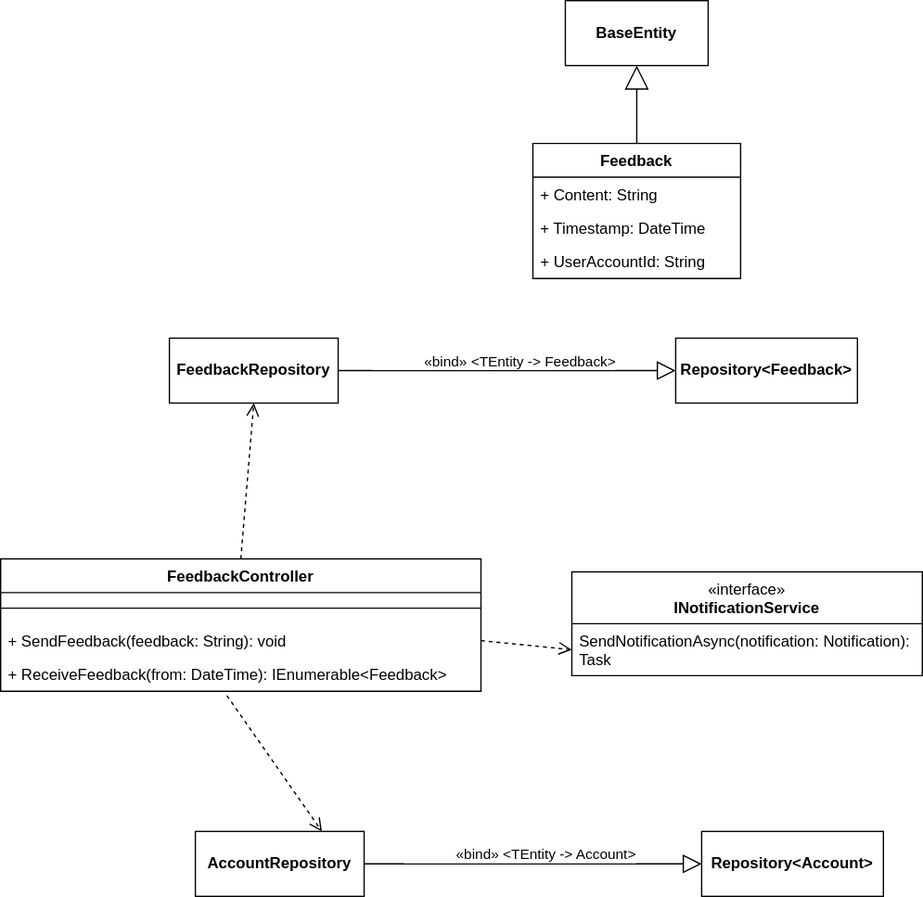
Before: lab2diags/logical-view/feedback.drawio.svg, a diagram exported from draw.io (piatrashkakanstantinass/psi2). Source tidied: cells renumbered, new cells last; positions are measured from the earlier drawing's top-left corner, leaving out a move shared by most shapes.
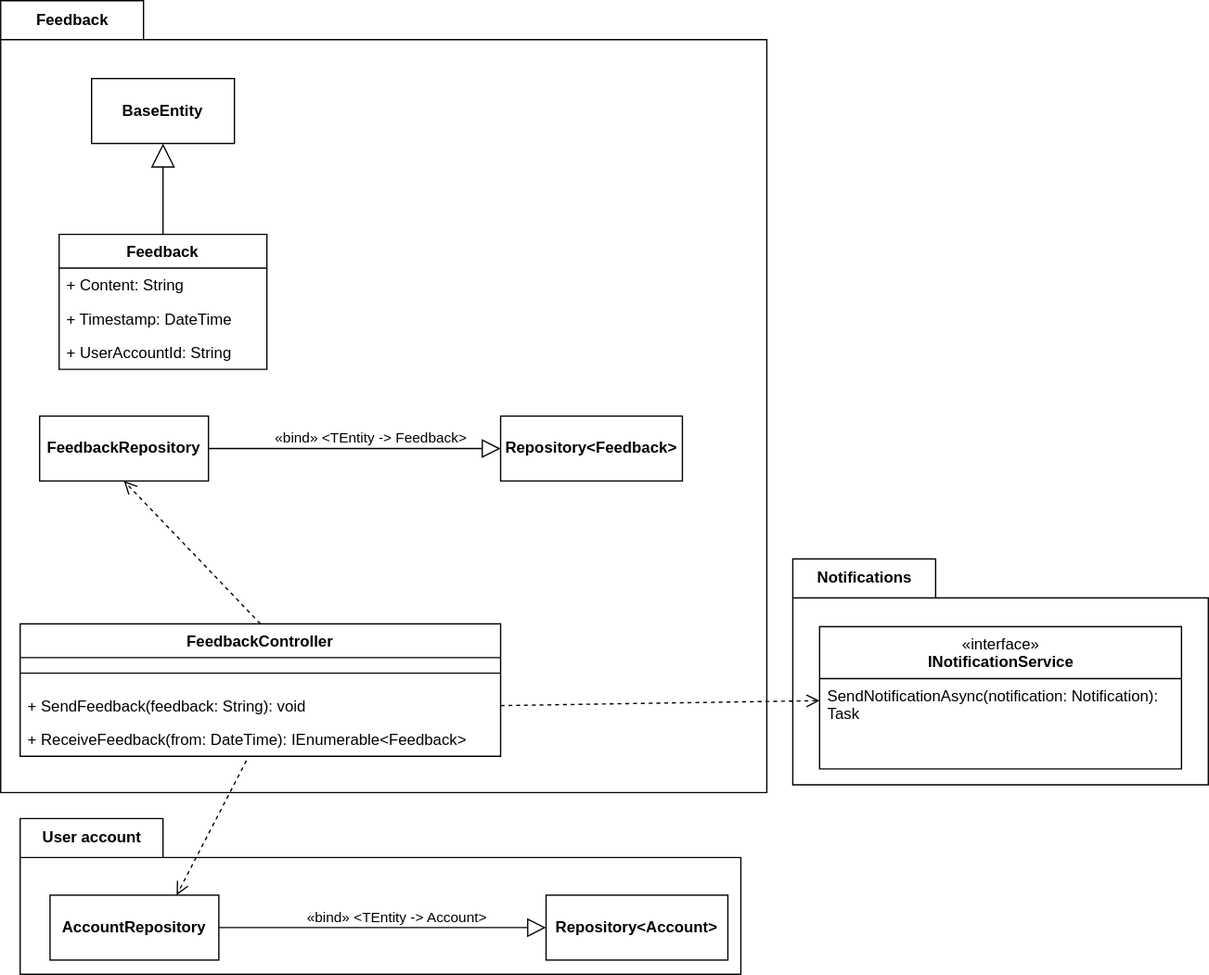
After the change.

Change to the diagram source:
```diff
@@ -2,8 +2,41 @@
   <root>
     <mxCell id="0" />
     <mxCell id="1" parent="0" />
+    <mxCell id="25" value="User account" style="shape=folder;fontStyle=1;tabWidth=110;tabHeight=30;tabPosition=left;html=1;boundedLbl=1;labelInHeader=1;" parent="1" vertex="1">
+      <mxGeometry x="-795" y="-210" width="555" height="120" as="geometry" />
+    </mxCell>
+    <mxCell id="26" style="html=1;strokeColor=none;fillColor=none;" parent="25" vertex="1">
+      <mxGeometry width="555" height="84" relative="1" as="geometry">
+        <mxPoint y="30" as="offset" />
+      </mxGeometry>
+    </mxCell>
+    <mxCell id="27" value="Notifications" style="shape=folder;fontStyle=1;tabWidth=110;tabHeight=30;tabPosition=left;html=1;boundedLbl=1;labelInHeader=1;" parent="1" vertex="1">
+      <mxGeometry x="-200" y="-410" width="320" height="174" as="geometry" />
+    </mxCell>
+    <mxCell id="28" style="html=1;strokeColor=none;fillColor=none;" parent="27" vertex="1">
+      <mxGeometry width="154.84" height="121.8" relative="1" as="geometry">
+        <mxPoint y="30" as="offset" />
+      </mxGeometry>
+    </mxCell>
+    <mxCell id="6" value="&lt;span style=&quot;font-weight: normal;&quot;&gt;«interface»&lt;/span&gt;&lt;br&gt;INotificationService" style="swimlane;fontStyle=1;align=center;verticalAlign=top;horizontal=1;startSize=40;whiteSpace=wrap;html=1;" parent="27" vertex="1">
+      <mxGeometry x="20.6" y="52.2" width="278.7" height="109.6" as="geometry" />
+    </mxCell>
+    <mxCell id="7" value="SendNotificationAsync(notification: Notification): Task" style="text;strokeColor=none;fillColor=none;align=left;verticalAlign=top;spacingLeft=4;spacingRight=4;overflow=hidden;points=[[0,0.5],[1,0.5]];portConstraint=eastwest;whiteSpace=wrap;html=1;" parent="6" vertex="1">
+      <mxGeometry y="40" width="278.7" height="69.6" as="geometry" />
+    </mxCell>
+    <mxCell id="29" value="Feedback" style="shape=folder;fontStyle=1;tabWidth=110;tabHeight=30;tabPosition=left;html=1;boundedLbl=1;labelInHeader=1;" parent="1" vertex="1">
+      <mxGeometry x="-810" y="-840" width="590" height="610" as="geometry" />
+    </mxCell>
+    <mxCell id="13" style="html=1;verticalAlign=bottom;endArrow=open;dashed=1;endSize=8;curved=0;rounded=0;exitX=1;exitY=0.5;exitDx=0;exitDy=0;" parent="1" edge="1" source="4" target="6">
+      <mxGeometry relative="1" as="geometry" />
+    </mxCell>
+    <mxCell id="30" style="html=1;strokeColor=none;fillColor=none;" parent="1" vertex="1">
+      <mxGeometry x="-795" y="-800" width="535" height="532" as="geometry">
+        <mxPoint y="30" as="offset" />
+      </mxGeometry>
+    </mxCell>
     <mxCell id="2" value="FeedbackController" style="swimlane;fontStyle=1;align=center;verticalAlign=top;horizontal=1;startSize=26;" parent="1" vertex="1">
-      <mxGeometry y="430" width="370" height="102" as="geometry" />
+      <mxGeometry x="-795" y="-360" width="370" height="102" as="geometry" />
     </mxCell>
     <mxCell id="3" style="line;strokeWidth=1;fillColor=none;align=left;verticalAlign=middle;spacingTop=-1;spacingLeft=3;spacingRight=3;labelPosition=right;strokeColor=inherit;" parent="2" vertex="1">
       <mxGeometry y="26" width="370" height="24" as="geometry" />
@@ -14,19 +47,11 @@
     <mxCell id="5" value="+ ReceiveFeedback(from: DateTime): IEnumerable&amp;lt;Feedback&amp;gt;" style="text;strokeColor=none;fillColor=none;align=left;verticalAlign=top;spacingLeft=4;spacingRight=4;overflow=hidden;points=[[0,0.5],[1,0.5]];portConstraint=eastwest;whiteSpace=wrap;html=1;" parent="2" vertex="1">
       <mxGeometry y="76" width="370" height="26" as="geometry" />
     </mxCell>
-    <mxCell id="6" value="&lt;span style=&quot;font-weight: normal;&quot;&gt;«interface»&lt;/span&gt;&lt;br&gt;INotificationService" style="swimlane;fontStyle=1;align=center;verticalAlign=top;horizontal=1;startSize=40;whiteSpace=wrap;html=1;" parent="1" vertex="1">
-      <mxGeometry x="440" y="440" width="270" height="80" as="geometry" />
-    </mxCell>
-    <mxCell id="7" value="SendNotificationAsync(notification: Notification): Task" style="text;strokeColor=none;fillColor=none;align=left;verticalAlign=top;spacingLeft=4;spacingRight=4;overflow=hidden;points=[[0,0.5],[1,0.5]];portConstraint=eastwest;whiteSpace=wrap;html=1;" parent="6" vertex="1">
-      <mxGeometry y="40" width="270" height="40" as="geometry" />
-    </mxCell>
     <mxCell id="8" value="&lt;b&gt;FeedbackRepository&lt;/b&gt;" style="html=1;whiteSpace=wrap;" parent="1" vertex="1">
-      <mxGeometry x="130" y="260" width="130" height="50" as="geometry" />
+      <mxGeometry x="-780" y="-520" width="130" height="50" as="geometry" />
     </mxCell>
-    <mxCell id="9" style="edgeStyle=none;html=1;endSize=12;endArrow=block;endFill=0;rounded=0;exitX=1;exitY=0.5;exitDx=0;exitDy=0;entryX=0;entryY=0.5;entryDx=0;entryDy=0;" parent="1" edge="1" source="8">
-      <mxGeometry relative="1" as="geometry">
-        <mxPoint x="520" y="285" as="targetPoint" />
-      </mxGeometry>
+    <mxCell id="9" style="edgeStyle=none;html=1;endSize=12;endArrow=block;endFill=0;rounded=0;exitX=1;exitY=0.5;exitDx=0;exitDy=0;" parent="1" edge="1" source="8" target="11">
+      <mxGeometry relative="1" as="geometry" />
     </mxCell>
     <mxCell id="10" value="&lt;blockquote style=&quot;margin: 0 0 0 40px; border: none; padding: 0px;&quot;&gt;«bind» &amp;lt;TEntity -&amp;gt; Feedback&amp;gt;&lt;/blockquote&gt;" style="edgeLabel;html=1;align=center;verticalAlign=middle;" parent="9" vertex="1">
       <mxGeometry x="-0.12" y="2" relative="1" as="geometry">
@@ -34,21 +59,16 @@
       </mxGeometry>
     </mxCell>
     <mxCell id="11" value="&lt;b&gt;Repository&amp;lt;Feedback&amp;gt;&lt;/b&gt;" style="html=1;whiteSpace=wrap;" parent="1" vertex="1">
-      <mxGeometry x="520" y="260" width="140" height="50" as="geometry" />
+      <mxGeometry x="-425" y="-520" width="140" height="50" as="geometry" />
     </mxCell>
     <mxCell id="12" style="html=1;verticalAlign=bottom;endArrow=open;dashed=1;endSize=8;curved=0;rounded=0;entryX=0.5;entryY=1;entryDx=0;entryDy=0;exitX=0.5;exitY=0;exitDx=0;exitDy=0;" parent="1" edge="1" source="2" target="8">
       <mxGeometry relative="1" as="geometry" />
     </mxCell>
-    <mxCell id="13" style="html=1;verticalAlign=bottom;endArrow=open;dashed=1;endSize=8;curved=0;rounded=0;entryX=0;entryY=0.5;entryDx=0;entryDy=0;exitX=1;exitY=0.5;exitDx=0;exitDy=0;" parent="1" edge="1" source="4" target="7">
-      <mxGeometry relative="1" as="geometry" />
-    </mxCell>
     <mxCell id="14" value="&lt;b&gt;AccountRepository&lt;/b&gt;" style="html=1;whiteSpace=wrap;" parent="1" vertex="1">
-      <mxGeometry x="150" y="640" width="130" height="50" as="geometry" />
+      <mxGeometry x="-772" y="-151" width="130" height="50" as="geometry" />
     </mxCell>
-    <mxCell id="15" style="edgeStyle=none;html=1;endSize=12;endArrow=block;endFill=0;rounded=0;exitX=1;exitY=0.5;exitDx=0;exitDy=0;entryX=0;entryY=0.5;entryDx=0;entryDy=0;" parent="1" edge="1" source="14">
-      <mxGeometry relative="1" as="geometry">
-        <mxPoint x="540" y="665" as="targetPoint" />
-      </mxGeometry>
+    <mxCell id="15" style="edgeStyle=none;html=1;endSize=12;endArrow=block;endFill=0;rounded=0;exitX=1;exitY=0.5;exitDx=0;exitDy=0;" parent="1" edge="1" source="14" target="17">
+      <mxGeometry relative="1" as="geometry" />
     </mxCell>
     <mxCell id="16" value="&lt;blockquote style=&quot;margin: 0 0 0 40px; border: none; padding: 0px;&quot;&gt;«bind» &amp;lt;TEntity -&amp;gt; Account&amp;gt;&lt;/blockquote&gt;" style="edgeLabel;html=1;align=center;verticalAlign=middle;" parent="15" vertex="1">
       <mxGeometry x="-0.12" y="2" relative="1" as="geometry">
@@ -56,13 +76,13 @@
       </mxGeometry>
     </mxCell>
     <mxCell id="17" value="&lt;b&gt;Repository&amp;lt;Account&amp;gt;&lt;/b&gt;" style="html=1;whiteSpace=wrap;" parent="1" vertex="1">
-      <mxGeometry x="540" y="640" width="140" height="50" as="geometry" />
+      <mxGeometry x="-390" y="-151" width="140" height="50" as="geometry" />
     </mxCell>
     <mxCell id="18" style="html=1;verticalAlign=bottom;endArrow=open;dashed=1;endSize=8;curved=0;rounded=0;entryX=0.75;entryY=0;entryDx=0;entryDy=0;exitX=0.471;exitY=1.128;exitDx=0;exitDy=0;exitPerimeter=0;" parent="1" edge="1" source="5" target="14">
       <mxGeometry relative="1" as="geometry" />
     </mxCell>
     <mxCell id="19" value="Feedback" style="swimlane;fontStyle=1;align=center;verticalAlign=top;horizontal=1;startSize=26;whiteSpace=wrap;html=1;" parent="1" vertex="1">
-      <mxGeometry x="410" y="110" width="160" height="104" as="geometry" />
+      <mxGeometry x="-765" y="-660" width="160" height="104" as="geometry" />
     </mxCell>
     <mxCell id="20" value="+ Content: String" style="text;strokeColor=none;fillColor=none;align=left;verticalAlign=top;spacingLeft=4;spacingRight=4;overflow=hidden;whiteSpace=wrap;html=1;" parent="19" vertex="1">
       <mxGeometry y="26" width="160" height="26" as="geometry" />
@@ -74,7 +94,7 @@
       <mxGeometry y="78" width="160" height="26" as="geometry" />
     </mxCell>
     <mxCell id="23" value="&lt;b&gt;BaseEntity&lt;/b&gt;" style="html=1;whiteSpace=wrap;" parent="1" vertex="1">
-      <mxGeometry x="435" width="110" height="50" as="geometry" />
+      <mxGeometry x="-740" y="-780" width="110" height="50" as="geometry" />
     </mxCell>
     <mxCell id="24" style="endArrow=block;endSize=16;endFill=0;html=1;rounded=0;entryX=0.5;entryY=1;entryDx=0;entryDy=0;exitX=0.5;exitY=0;exitDx=0;exitDy=0;" parent="1" edge="1" source="19" target="23">
       <mxGeometry relative="1" as="geometry" />
```
